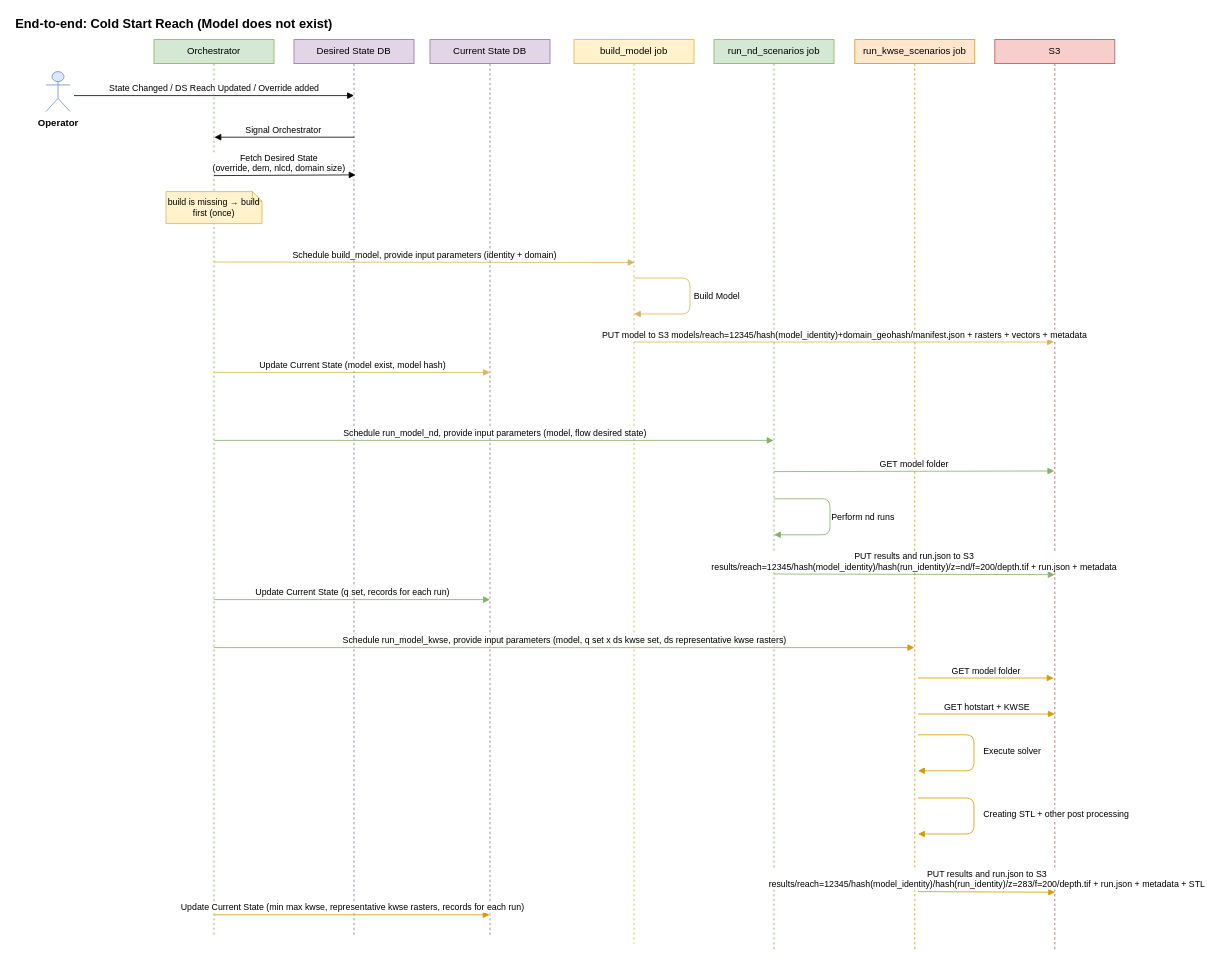
NOAA-OWP/twod-fim-knowledge-base keeps this draw.io diagram as page "run-sequence" (3 of 3) of system-design/diagrams.drawio. Above is the earlier version. Source tidied: cells renumbered, new cells numbered last; positions are measured from the earlier drawing's top-left corner, leaving out a move shared by most shapes. Both pictures are drawn from the tidied source at 80%, with x=0, y=0 at pixel (14, 14).
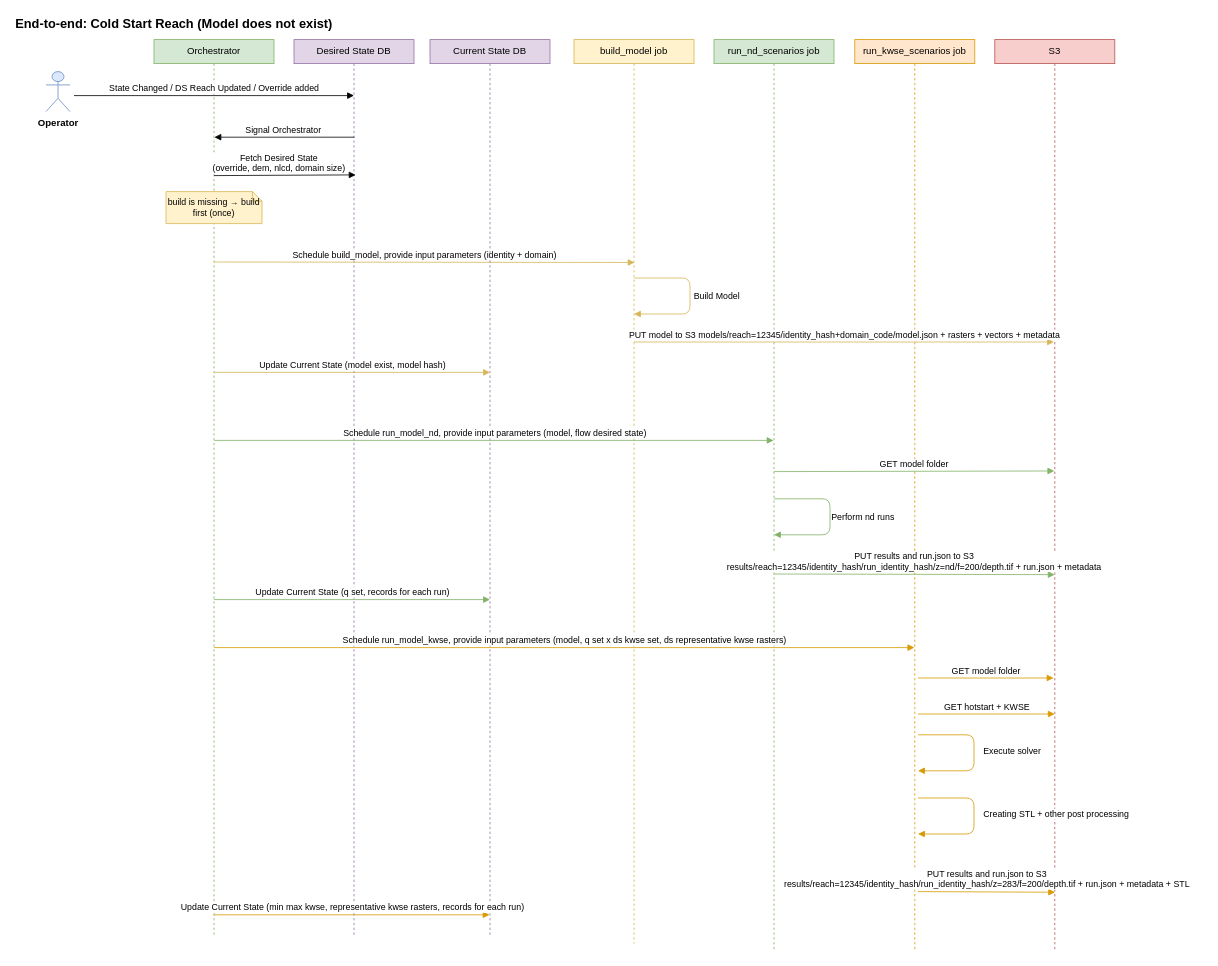
Above is the later version.

Commit message (it also covers changes not shown here):
Create `build_model` job scope

Diff of the diagram source:
```diff
@@
-    <mxCell id="12" value="PUT model to S3 models/reach=12345/hash(model_identity)+domain_geohash/manifest.json + rasters + vectors + metadata" style="html=1;verticalAlign=bottom;startArrow=none;endArrow=block;rounded=0;fillColor=#fff2cc;strokeColor=#d6b656;" parent="1" edge="1">
+    <mxCell id="12" value="PUT model to S3 models/reach=12345/identity_hash+domain_code/model.json + rasters + vectors + metadata" style="html=1;verticalAlign=bottom;startArrow=none;endArrow=block;rounded=0;fillColor=#fff2cc;strokeColor=#d6b656;" parent="1" edge="1">
       <mxGeometry relative="1" as="geometry">
         <mxPoint x="775" y="410" as="sourcePoint" />
         <mxPoint x="1300" y="410" as="targetPoint" />
       </mxGeometry>
     </mxCell>
@@
-    <mxCell id="21" value="PUT results and run.json to S3&lt;br&gt;results/reach=12345/hash(model_identity)/hash(run_identity)/z=nd/f=200/depth.tif + run.json + metadata" style="html=1;verticalAlign=bottom;startArrow=none;endArrow=block;rounded=0;fillColor=#d5e8d4;strokeColor=#82b366;entryX=0.506;entryY=0.64;entryDx=0;entryDy=0;entryPerimeter=0;" parent="1" edge="1">
+    <mxCell id="21" value="PUT results and run.json to S3&lt;br&gt;results/reach=12345/identity_hash/run_identity_hash/z=nd/f=200/depth.tif + run.json + metadata" style="html=1;verticalAlign=bottom;startArrow=none;endArrow=block;rounded=0;fillColor=#d5e8d4;strokeColor=#82b366;entryX=0.506;entryY=0.64;entryDx=0;entryDy=0;entryPerimeter=0;" parent="1" edge="1">
       <mxGeometry relative="1" as="geometry">
         <mxPoint x="950" y="700" as="sourcePoint" />
         <mxPoint x="1300.9" y="700.8" as="targetPoint" />
       </mxGeometry>
     </mxCell>
@@
-    <mxCell id="25" value="PUT results and run.json to S3&lt;br&gt;results/reach=12345/hash(model_identity)/hash(run_identity)/z=283/f=200/depth.tif + run.json + metadata + STL" style="html=1;verticalAlign=bottom;startArrow=none;endArrow=block;rounded=0;fillColor=#ffe6cc;strokeColor=#d79b00;entryX=0.506;entryY=0.64;entryDx=0;entryDy=0;entryPerimeter=0;" parent="1" edge="1">
+    <mxCell id="25" value="PUT results and run.json to S3&lt;br&gt;results/reach=12345/identity_hash/run_identity_hash/z=283/f=200/depth.tif + run.json + metadata + STL" style="html=1;verticalAlign=bottom;startArrow=none;endArrow=block;rounded=0;fillColor=#ffe6cc;strokeColor=#d79b00;entryX=0.506;entryY=0.64;entryDx=0;entryDy=0;entryPerimeter=0;" parent="1" edge="1">
       <mxGeometry relative="1" as="geometry">
         <mxPoint x="1130" y="1097" as="sourcePoint" />
         <mxPoint x="1301.4" y="1097.8" as="targetPoint" />
       </mxGeometry>
     </mxCell>
```
